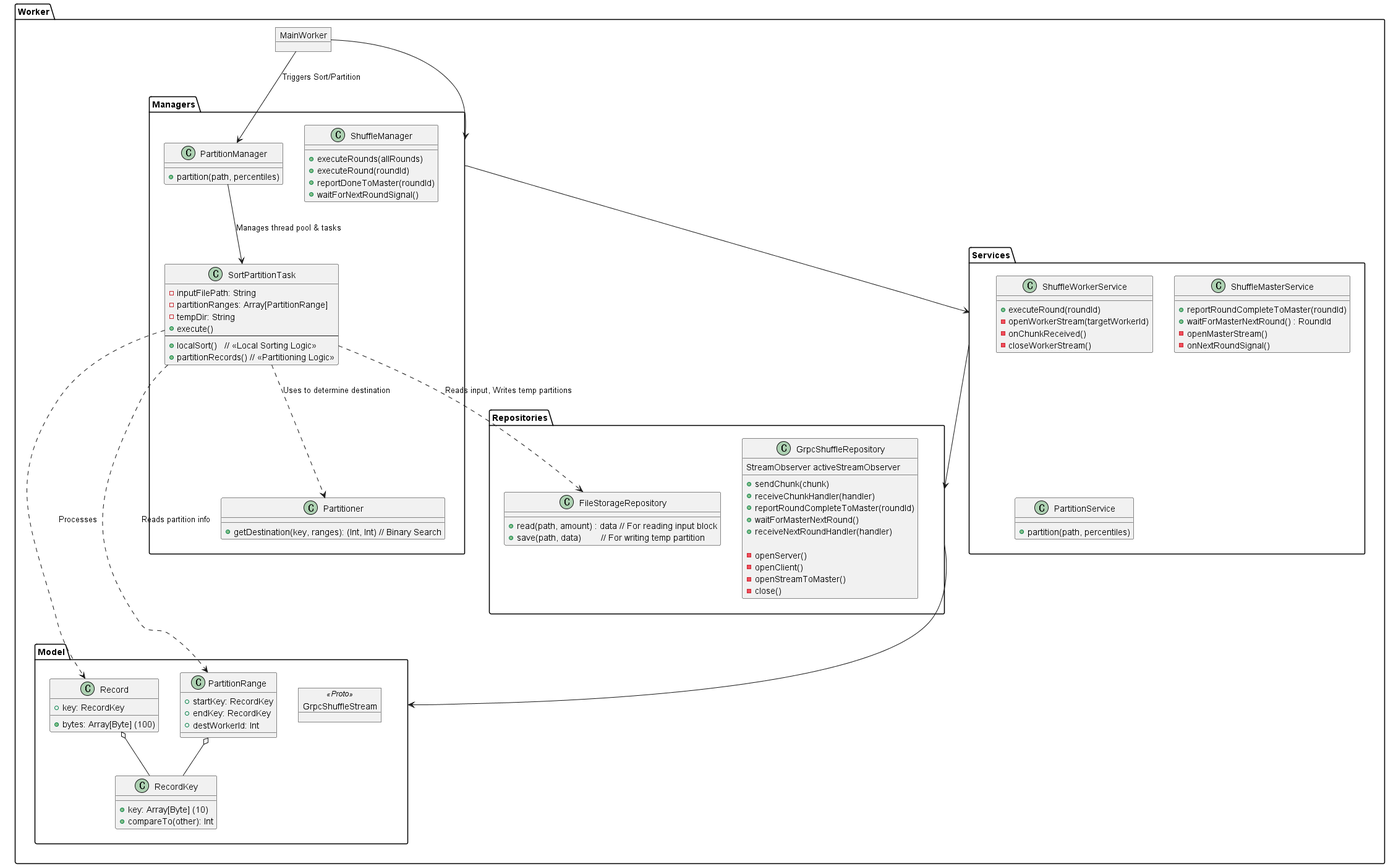
Above: doc/module diagram/worker/Worker_Module_Diagram.png in ksw20020/332project (PlantUML), before the change. Its diagram source:
```plantuml
@startuml Worker_Module_Diagram

package Worker {
    object MainWorker

    folder "Managers" {
        class ShuffleManager {
            + executeRounds(allRounds)
            + executeRound(roundId)
            + reportDoneToMaster(roundId)
            + waitForNextRoundSignal()
        }

        class PartitionManager {
            + partition(path, percentiles)
        }

        class SortPartitionTask {
            - inputFilePath: String
            - partitionRanges: Array[PartitionRange]
            - tempDir: String
            + execute()
            --
            + localSort()   // << Local Sorting Logic >>
            + partitionRecords() // << Partitioning Logic >>
        }

        class Partitioner {
            + getDestination(key, ranges): (Int, Int) // Binary Search
        }
    }

    folder "Services" {
        class ShuffleWorkerService {
            + executeRound(roundId)
            - openWorkerStream(targetWorkerId)
            - onChunkReceived()
            - closeWorkerStream()
        }

        class ShuffleMasterService {
            + reportRoundCompleteToMaster(roundId)
            + waitForMasterNextRound() : RoundId
            - openMasterStream()
            - onNextRoundSignal()
        }

        class PartitionService {
            + partition(path, percentiles)
        }
    }

    folder "Repositories" {
        class GrpcShuffleRepository {
            StreamObserver activeStreamObserver

            + sendChunk(chunk)
            + receiveChunkHandler(handler)
            + reportRoundCompleteToMaster(roundId)
            + waitForMasterNextRound()
            + receiveNextRoundHandler(handler)

            - openServer()
            - openClient()
            - openStreamToMaster()
            - close()
        }

        class FileStorageRepository {
            + read(path, amount) : data // For reading input block
            + save(path, data)        // For writing temp partition
        }
    }

    folder Model {
        object GrpcShuffleStream <<Proto>>

        class RecordKey {
            + key: Array[Byte] (10)
            + compareTo(other): Int
        }

        class Record {
            + bytes: Array[Byte] (100)
            + key: RecordKey
        }

        class PartitionRange {
            + startKey: RecordKey
            + endKey: RecordKey
            + destWorkerId: Int
        }
    }

    MainWorker --> PartitionManager : Triggers Sort/Partition
    PartitionManager --> SortPartitionTask : Manages thread pool & tasks

    SortPartitionTask ..> Partitioner : Uses to determine destination
    SortPartitionTask ..> Record : Processes
    SortPartitionTask ..> PartitionRange : Reads partition info
    SortPartitionTask ..> FileStorageRepository : Reads input, Writes temp partitions

    Record o-- RecordKey
    PartitionRange o-- RecordKey

    MainWorker --> Managers
    Managers --> Services
    Services --> Repositories
    Repositories --> Model

}
@enduml
```
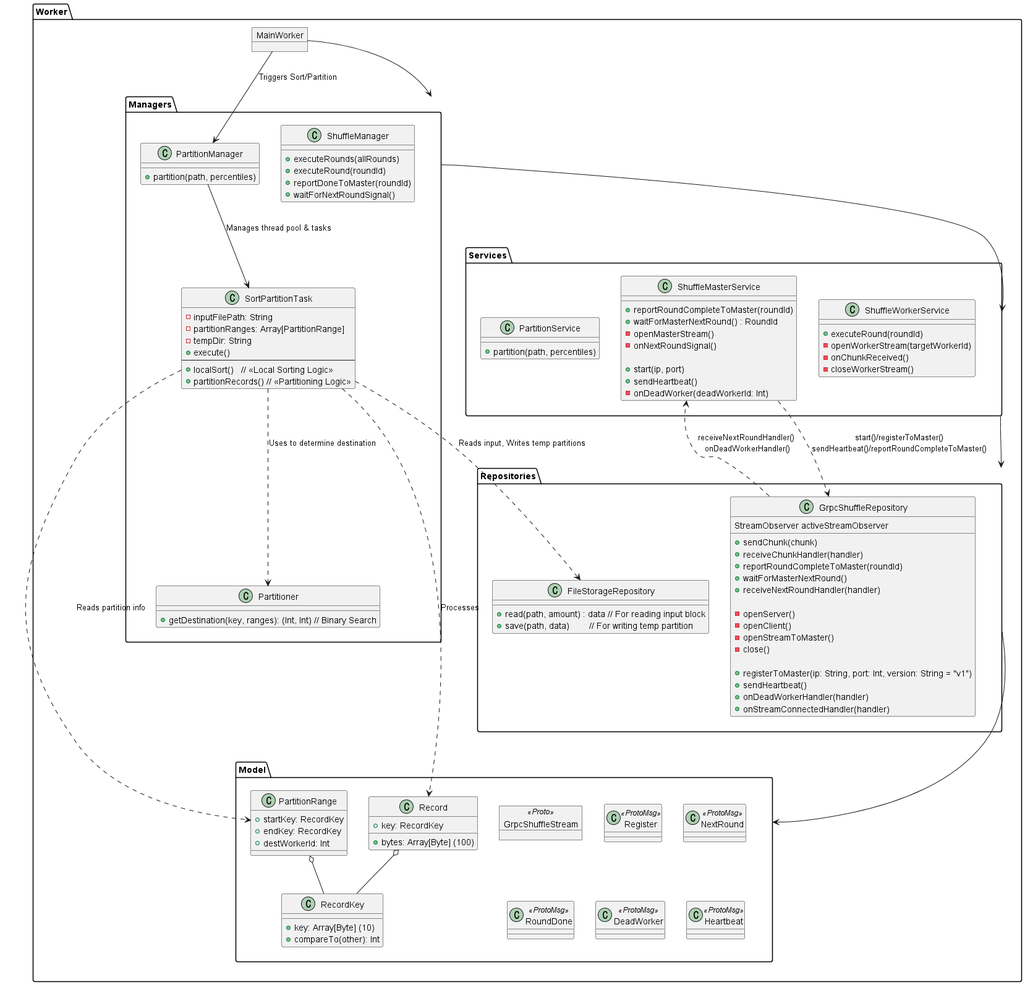
Later version of the same file.

What changed in the source:
```diff
@@ -43,6 +43,10 @@
             + waitForMasterNextRound() : RoundId
             - openMasterStream()
             - onNextRoundSignal()
+
+            + start(ip, port)
+            + sendHeartbeat()
+            - onDeadWorker(deadWorkerId: Int)
         }
 
         class PartitionService {
@@ -64,6 +68,11 @@
             - openClient()
             - openStreamToMaster()
             - close()
+
+            + registerToMaster(ip: String, port: Int, version: String = "v1")
+            + sendHeartbeat()
+            + onDeadWorkerHandler(handler)
+            + onStreamConnectedHandler(handler)
         }
 
         class FileStorageRepository {
@@ -90,6 +99,13 @@
             + endKey: RecordKey
             + destWorkerId: Int
         }
+
+        class Register   <<ProtoMsg>>
+        class NextRound  <<ProtoMsg>>
+        class RoundDone  <<ProtoMsg>>
+        class DeadWorker <<ProtoMsg>>
+        class Heartbeat  <<ProtoMsg>>
+
     }
 
     MainWorker --> PartitionManager : Triggers Sort/Partition
@@ -100,6 +116,9 @@
     SortPartitionTask ..> PartitionRange : Reads partition info
     SortPartitionTask ..> FileStorageRepository : Reads input, Writes temp partitions
 
+    ShuffleMasterService ..> GrpcShuffleRepository : start()/registerToMaster()\nsendHeartbeat()/reportRoundCompleteToMaster()
+    GrpcShuffleRepository ..> ShuffleMasterService : receiveNextRoundHandler()\n onDeadWorkerHandler()
+
     Record o-- RecordKey
     PartitionRange o-- RecordKey
 
@@ -108,5 +127,6 @@
     Services --> Repositories
     Repositories --> Model
 
+
 }
 @enduml
```
